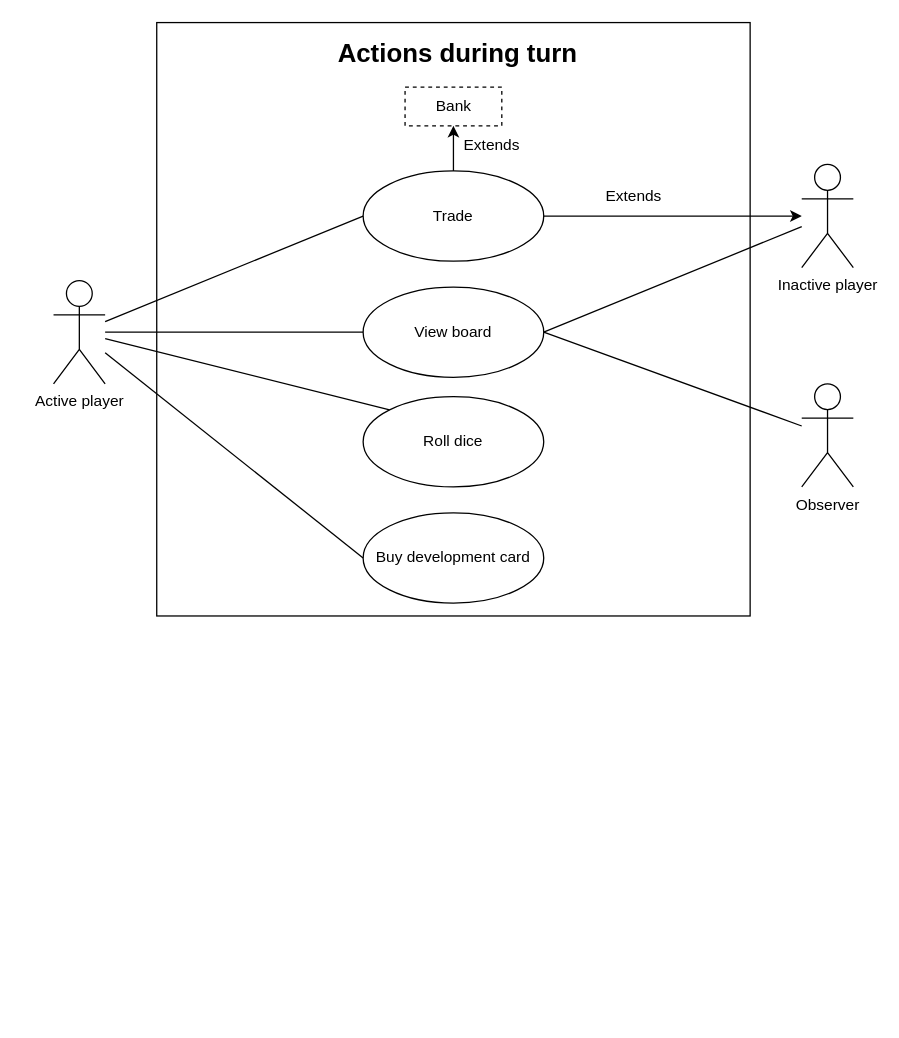
The draw.io diagram documentation/UML-diagrammes/play_use_case_diagram.drawio in M-Ike007/CatanGame, before the edit. Source tidied: cells renumbered, new cells numbered last; positions are measured from the earlier drawing's top-left corner, leaving out a move shared by most shapes. Both pictures are drawn from the tidied source at 129%, with x=0, y=0 at pixel (53, 22).
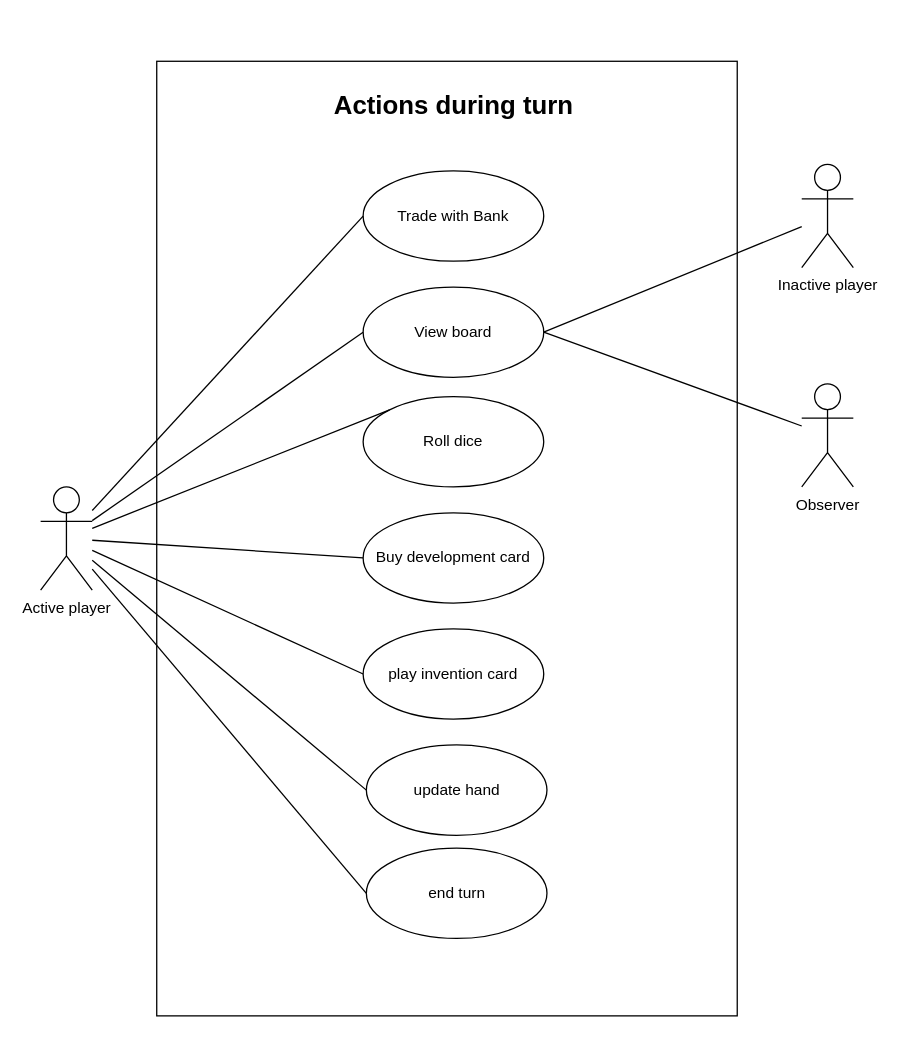
After the change.

Commit message (it also covers changes not shown here):
MI, JVH, TEK Remove old UML.

The change refers to these unchanged cells:
```xml
<mxCell id="4" value="Inactive player" style="shape=umlActor;verticalLabelPosition=bottom;verticalAlign=top;html=1;" parent="1" vertex="1">
  <mxGeometry x="580" y="110" width="40" height="80" as="geometry" />
</mxCell>
```

Change to the diagram source:
```diff
@@
-    <mxCell id="2" style="whiteSpace=wrap;html=1;" parent="1" vertex="1">
-      <mxGeometry x="80" width="460" height="460" as="geometry" />
-    </mxCell>
+    <mxCell id="22" style="rounded=0;whiteSpace=wrap;html=1;" parent="1" vertex="1">
+      <mxGeometry x="80" y="30" width="450" height="740" as="geometry" />
+    </mxCell>
+    <mxCell id="23" style="rounded=0;jettySize=auto;html=1;entryX=0;entryY=0.5;entryDx=0;entryDy=0;endArrow=none;endFill=0;" parent="1" edge="1" source="3" target="26">
+      <mxGeometry relative="1" as="geometry" />
+    </mxCell>
+    <mxCell id="24" style="rounded=0;jettySize=auto;html=1;entryX=0;entryY=0.5;entryDx=0;entryDy=0;endArrow=none;endFill=0;" parent="1" edge="1" source="3" target="27">
+      <mxGeometry relative="1" as="geometry" />
+    </mxCell>
+    <mxCell id="25" style="rounded=0;jettySize=auto;html=1;entryX=0;entryY=0.5;entryDx=0;entryDy=0;endArrow=none;endFill=0;" parent="1" edge="1" source="3" target="28">
+      <mxGeometry relative="1" as="geometry" />
+    </mxCell>
     <mxCell id="3" value="Active player" style="shape=umlActor;verticalLabelPosition=bottom;verticalAlign=top;html=1;" parent="1" vertex="1">
-      <mxGeometry y="200" width="40" height="80" as="geometry" />
+      <mxGeometry x="-10" y="360" width="40" height="80" as="geometry" />
     </mxCell>
@@
-    <mxCell id="10" value="Trade" style="ellipse;whiteSpace=wrap;html=1;" parent="1" vertex="1">
+    <mxCell id="10" value="Trade with Bank" style="ellipse;whiteSpace=wrap;html=1;" parent="1" vertex="1">
       <mxGeometry x="240" y="115" width="140" height="70" as="geometry" />
     </mxCell>
-    <mxCell id="11" style="endArrow=classic;html=1;rounded=0;exitX=1;exitY=0.5;exitDx=0;exitDy=0;" parent="1" edge="1" source="10" target="4">
-      <mxGeometry relative="1" as="geometry" />
-    </mxCell>
-    <mxCell id="12" value="Bank" style="html=1;whiteSpace=wrap;dashed=1;" parent="1" vertex="1">
-      <mxGeometry x="272.5" y="50" width="75" height="30" as="geometry" />
-    </mxCell>
-    <mxCell id="13" style="endArrow=classic;html=1;rounded=0;entryX=0.5;entryY=1;entryDx=0;entryDy=0;" parent="1" edge="1" source="10" target="12">
-      <mxGeometry relative="1" as="geometry" />
-    </mxCell>
-    <mxCell id="14" value="Extends" style="text;html=1;strokeColor=none;fillColor=none;align=center;verticalAlign=middle;whiteSpace=wrap;rounded=0;" parent="1" vertex="1">
-      <mxGeometry x="310" y="80" width="60" height="30" as="geometry" />
-    </mxCell>
-    <mxCell id="15" value="Extends" style="text;html=1;strokeColor=none;fillColor=none;align=center;verticalAlign=middle;whiteSpace=wrap;rounded=0;rotation=0;" parent="1" vertex="1">
-      <mxGeometry x="420" y="120" width="60" height="30" as="geometry" />
-    </mxCell>
@@
     <mxCell id="21" value="&lt;font style=&quot;font-size: 20px;&quot;&gt;Actions during turn&lt;/font&gt;" style="text;align=center;fontStyle=1;verticalAlign=middle;spacingLeft=3;spacingRight=3;strokeColor=none;html=1;" parent="1" vertex="1">
-      <mxGeometry x="272.5" y="10" width="80" height="26" as="geometry" />
+      <mxGeometry x="270" y="50" width="80" height="26" as="geometry" />
     </mxCell>
+    <mxCell id="26" value="play invention card" style="ellipse;whiteSpace=wrap;html=1;" parent="1" vertex="1">
+      <mxGeometry x="240" y="470" width="140" height="70" as="geometry" />
+    </mxCell>
+    <mxCell id="27" value="update hand" style="ellipse;whiteSpace=wrap;html=1;" parent="1" vertex="1">
+      <mxGeometry x="242.5" y="560" width="140" height="70" as="geometry" />
+    </mxCell>
+    <mxCell id="28" value="end turn" style="ellipse;whiteSpace=wrap;html=1;" parent="1" vertex="1">
+      <mxGeometry x="242.5" y="640" width="140" height="70" as="geometry" />
+    </mxCell>
```
